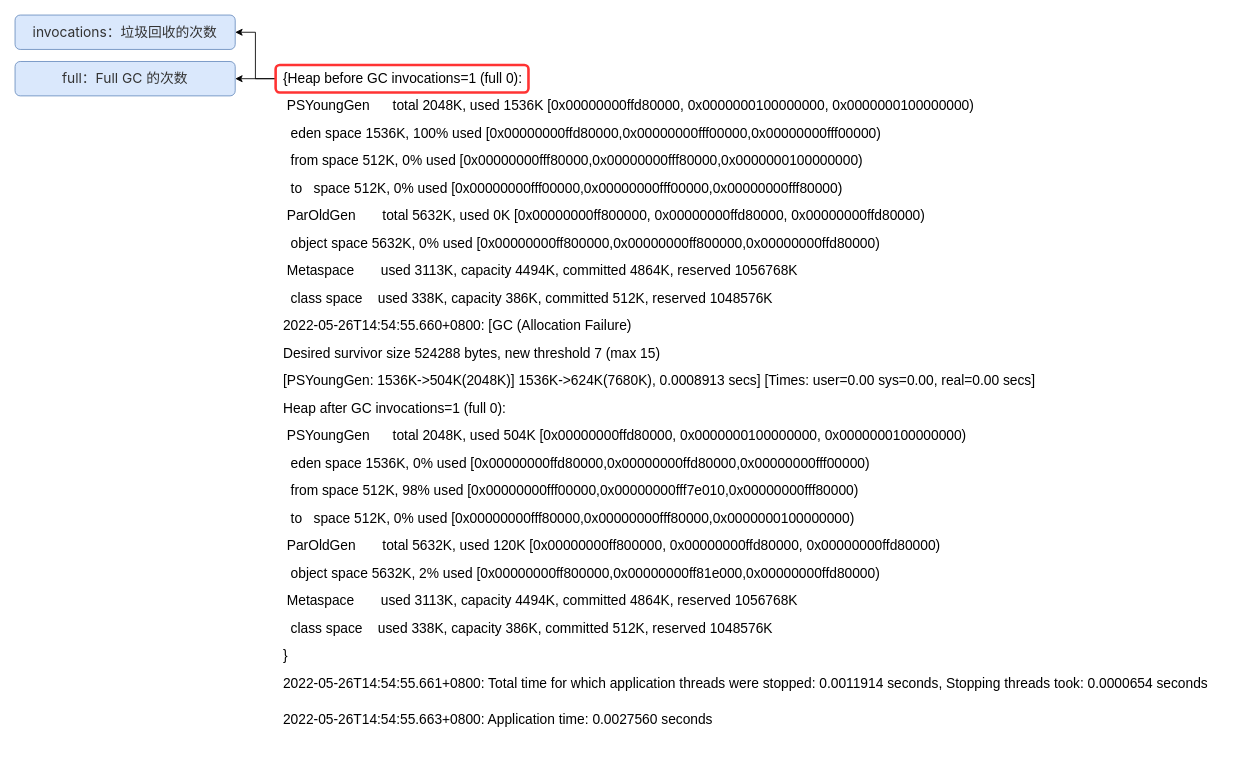
zero-97/picture-of-the-article keeps this draw.io diagram as GC 日志/GC 日志.drawio. Above is the earlier version. Source tidied: cells renumbered, new cells numbered last; positions are measured from the earlier drawing's top-left corner, leaving out a move shared by most shapes. Both pictures are drawn from the tidied source at 86%, with x=0, y=0 at pixel (15, 15).
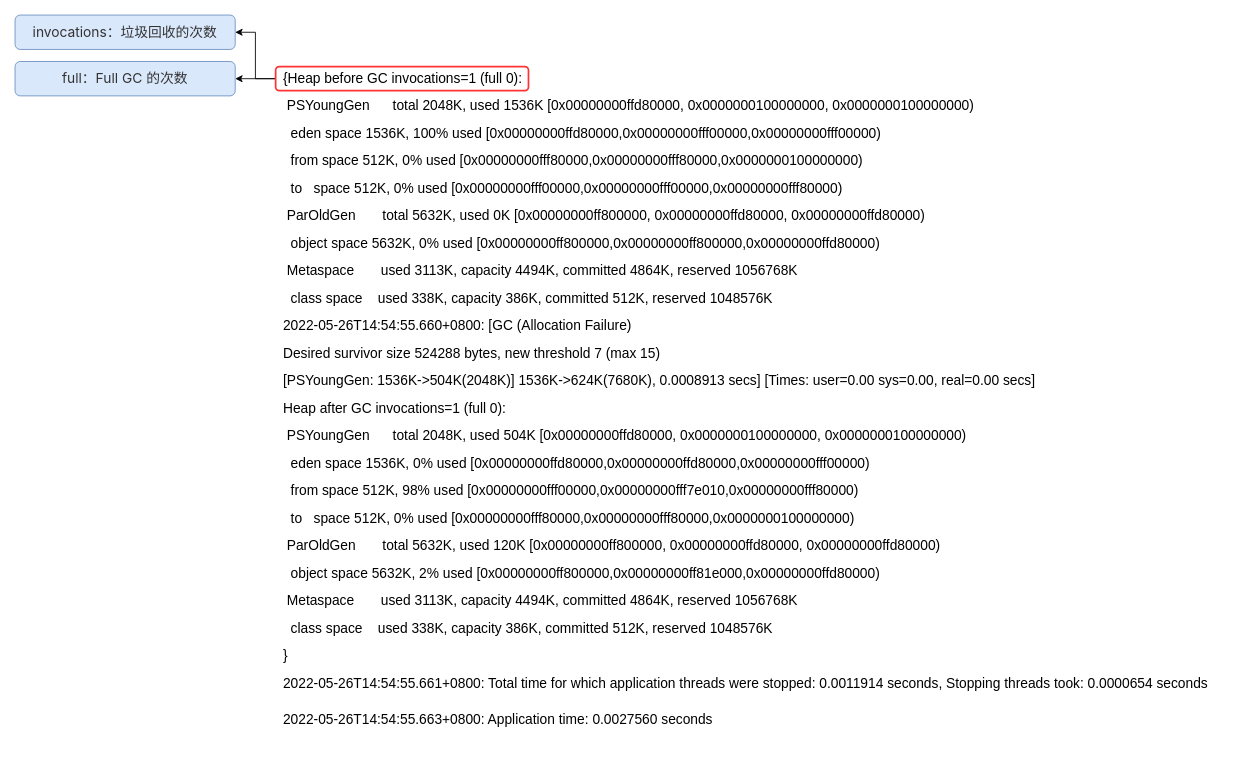
The same diagram, later.

Diff of the diagram source:
```diff
@@
 <mxGraphModel>
   <root>
     <mxCell id="0" />
     <mxCell id="1" parent="0" />
     <mxCell id="2" value="&lt;p style=&quot;line-height: 2;&quot;&gt;&lt;span style=&quot;background-color: initial;&quot;&gt;{Heap before GC invocations=1 (full 0):&lt;/span&gt;&lt;br&gt;&lt;span style=&quot;background-color: initial;&quot;&gt;&amp;nbsp;PSYoungGen&amp;nbsp; &amp;nbsp; &amp;nbsp; total 2048K, used 1536K [0x00000000ffd80000, 0x0000000100000000, 0x0000000100000000)&lt;/span&gt;&lt;br&gt;&lt;span style=&quot;background-color: initial;&quot;&gt;&amp;nbsp; eden space 1536K, 100% used [0x00000000ffd80000,0x00000000fff00000,0x00000000fff00000)&lt;/span&gt;&lt;br&gt;&lt;span style=&quot;background-color: initial;&quot;&gt;&amp;nbsp; from space 512K, 0% used [0x00000000fff80000,0x00000000fff80000,0x0000000100000000)&lt;/span&gt;&lt;br&gt;&lt;span style=&quot;background-color: initial;&quot;&gt;&amp;nbsp; to&amp;nbsp; &amp;nbsp;space 512K, 0% used [0x00000000fff00000,0x00000000fff00000,0x00000000fff80000)&lt;/span&gt;&lt;br&gt;&lt;span style=&quot;background-color: initial;&quot;&gt;&amp;nbsp;ParOldGen&amp;nbsp; &amp;nbsp; &amp;nbsp; &amp;nbsp;total 5632K, used 0K [0x00000000ff800000, 0x00000000ffd80000, 0x00000000ffd80000)&lt;/span&gt;&lt;br&gt;&lt;span style=&quot;background-color: initial;&quot;&gt;&amp;nbsp; object space 5632K, 0% used [0x00000000ff800000,0x00000000ff800000,0x00000000ffd80000)&lt;/span&gt;&lt;br&gt;&lt;span style=&quot;background-color: initial;&quot;&gt;&amp;nbsp;Metaspace&amp;nbsp; &amp;nbsp; &amp;nbsp; &amp;nbsp;used 3113K, capacity 4494K, committed 4864K, reserved 1056768K&lt;/span&gt;&lt;br&gt;&lt;span style=&quot;background-color: initial;&quot;&gt;&amp;nbsp; class space&amp;nbsp; &amp;nbsp; used 338K, capacity 386K, committed 512K, reserved 1048576K&lt;/span&gt;&lt;br&gt;&lt;span style=&quot;background-color: initial;&quot;&gt;2022-05-26T14:54:55.660+0800: [GC (Allocation Failure)&amp;nbsp;&lt;/span&gt;&lt;br&gt;&lt;span style=&quot;background-color: initial;&quot;&gt;Desired survivor size 524288 bytes, new threshold 7 (max 15)&lt;/span&gt;&lt;br&gt;&lt;span style=&quot;background-color: initial;&quot;&gt;[PSYoungGen: 1536K-&amp;gt;504K(2048K)] 1536K-&amp;gt;624K(7680K), 0.0008913 secs] [Times: user=0.00 sys=0.00, real=0.00 secs]&amp;nbsp;&lt;/span&gt;&lt;br&gt;&lt;span style=&quot;background-color: initial;&quot;&gt;Heap after GC invocations=1 (full 0):&lt;/span&gt;&lt;br&gt;&lt;span style=&quot;background-color: initial;&quot;&gt;&amp;nbsp;PSYoungGen&amp;nbsp; &amp;nbsp; &amp;nbsp; total 2048K, used 504K [0x00000000ffd80000, 0x0000000100000000, 0x0000000100000000)&lt;/span&gt;&lt;br&gt;&lt;span style=&quot;background-color: initial;&quot;&gt;&amp;nbsp; eden space 1536K, 0% used [0x00000000ffd80000,0x00000000ffd80000,0x00000000fff00000)&lt;/span&gt;&lt;br&gt;&lt;span style=&quot;background-color: initial;&quot;&gt;&amp;nbsp; from space 512K, 98% used [0x00000000fff00000,0x00000000fff7e010,0x00000000fff80000)&lt;/span&gt;&lt;br&gt;&lt;span style=&quot;background-color: initial;&quot;&gt;&amp;nbsp; to&amp;nbsp; &amp;nbsp;space 512K, 0% used [0x00000000fff80000,0x00000000fff80000,0x0000000100000000)&lt;/span&gt;&lt;br&gt;&lt;span style=&quot;background-color: initial;&quot;&gt;&amp;nbsp;ParOldGen&amp;nbsp; &amp;nbsp; &amp;nbsp; &amp;nbsp;total 5632K, used 120K [0x00000000ff800000, 0x00000000ffd80000, 0x00000000ffd80000)&lt;/span&gt;&lt;br&gt;&lt;span style=&quot;background-color: initial;&quot;&gt;&amp;nbsp; object space 5632K, 2% used [0x00000000ff800000,0x00000000ff81e000,0x00000000ffd80000)&lt;/span&gt;&lt;br&gt;&lt;span style=&quot;background-color: initial;&quot;&gt;&amp;nbsp;Metaspace&amp;nbsp; &amp;nbsp; &amp;nbsp; &amp;nbsp;used 3113K, capacity 4494K, committed 4864K, reserved 1056768K&lt;/span&gt;&lt;br&gt;&lt;span style=&quot;background-color: initial;&quot;&gt;&amp;nbsp; class space&amp;nbsp; &amp;nbsp; used 338K, capacity 386K, committed 512K, reserved 1048576K&lt;/span&gt;&lt;br&gt;&lt;span style=&quot;background-color: initial;&quot;&gt;}&lt;/span&gt;&lt;br&gt;&lt;span style=&quot;background-color: initial;&quot;&gt;2022-05-26T14:54:55.661+0800: Total time for which application threads were stopped: 0.0011914 seconds, Stopping threads took: 0.0000654 seconds&lt;/span&gt;&lt;br&gt;&lt;/p&gt;&lt;div style=&quot;&quot;&gt;&lt;font style=&quot;font-size: 16px;&quot;&gt;2022-05-26T14:54:55.663+0800: Application time: 0.0027560 seconds&lt;/font&gt;&lt;/div&gt;&lt;p&gt;&lt;/p&gt;" style="text;html=1;align=left;verticalAlign=middle;strokeColor=none;fillColor=none;fontSize=16;" parent="1" vertex="1">
       <mxGeometry x="310" y="38" width="1090" height="810" as="geometry" />
     </mxCell>
     <mxCell id="3" style="edgeStyle=orthogonalEdgeStyle;rounded=0;jettySize=auto;html=1;entryX=1;entryY=0.5;entryDx=0;entryDy=0;fontSize=16;" parent="1" edge="1" source="5" target="6">
       <mxGeometry relative="1" as="geometry" />
     </mxCell>
     <mxCell id="4" style="edgeStyle=orthogonalEdgeStyle;rounded=0;jettySize=auto;html=1;fontSize=16;" parent="1" edge="1" source="5" target="7">
       <mxGeometry relative="1" as="geometry" />
     </mxCell>
-    <mxCell id="5" style="rounded=1;whiteSpace=wrap;html=1;fontSize=16;fillColor=none;strokeWidth=3;strokeColor=#FF3333;" parent="1" vertex="1">
-      <mxGeometry x="303" y="58" width="294" height="32" as="geometry" />
+    <mxCell id="5" style="rounded=1;whiteSpace=wrap;html=1;fontSize=16;fillColor=none;strokeWidth=2;strokeColor=#FF3333;" parent="1" vertex="1">
+      <mxGeometry x="303" y="60" width="294" height="28" as="geometry" />
     </mxCell>
     <mxCell id="6" value="&lt;div style=&quot;text-align: start;&quot;&gt;&lt;span style=&quot;background-color: initial;&quot;&gt;&lt;font face=&quot;-apple-system, system-ui, Segoe UI, Roboto, Ubuntu, Cantarell, Noto Sans, sans-serif, BlinkMacSystemFont, Helvetica Neue, PingFang SC, Hiragino Sans GB, Microsoft YaHei, Arial&quot; color=&quot;#333333&quot;&gt;invocations：垃圾回收的次数&lt;/font&gt;&lt;/span&gt;&lt;/div&gt;" style="rounded=1;whiteSpace=wrap;html=1;fontSize=16;strokeColor=#6c8ebf;strokeWidth=1;fillColor=#dae8fc;" parent="1" vertex="1">
       <mxGeometry width="256" height="40" as="geometry" />
     </mxCell>
     <mxCell id="7" value="&lt;div style=&quot;text-align: start;&quot;&gt;&lt;span style=&quot;background-color: initial;&quot;&gt;&lt;font face=&quot;-apple-system, system-ui, Segoe UI, Roboto, Ubuntu, Cantarell, Noto Sans, sans-serif, BlinkMacSystemFont, Helvetica Neue, PingFang SC, Hiragino Sans GB, Microsoft YaHei, Arial&quot; color=&quot;#333333&quot;&gt;full：Full GC 的次数&lt;/font&gt;&lt;/span&gt;&lt;/div&gt;" style="rounded=1;whiteSpace=wrap;html=1;fontSize=16;strokeColor=#6c8ebf;strokeWidth=1;fillColor=#dae8fc;" parent="1" vertex="1">
       <mxGeometry y="54" width="256" height="40" as="geometry" />
     </mxCell>
   </root>
 </mxGraphModel>
```
